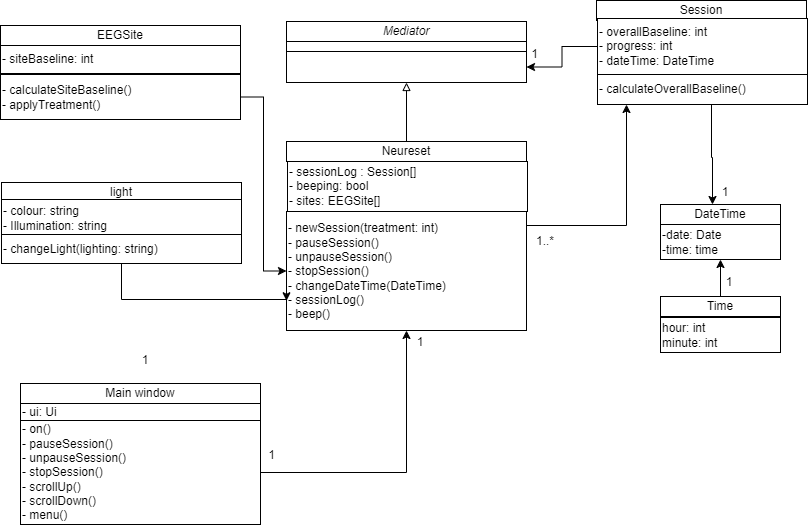
Above: Diagrams/NeuresetUML.png in SaiPaladugu/neureset-comp3004 (draw.io), before the change. Source tidied: cells renumbered, new cells last; positions are measured from the earlier drawing's top-left corner, leaving out a move shared by most shapes.
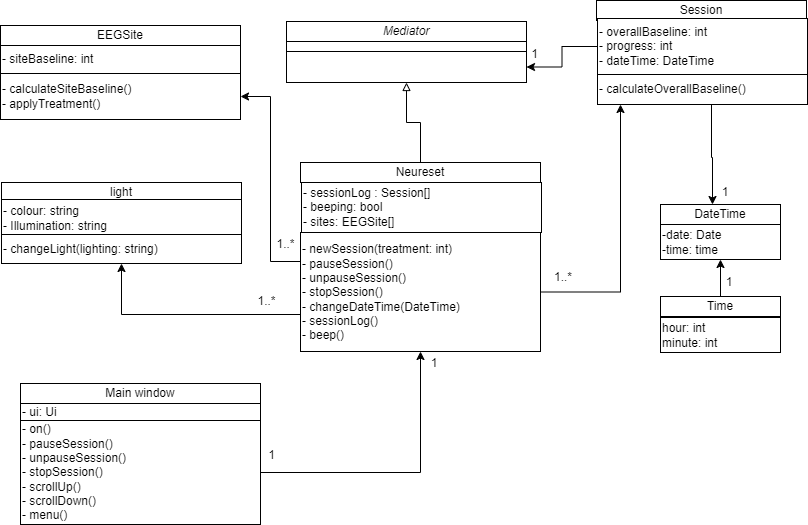
Later version of the same file.

What changed in the source:
```diff
@@ -32,26 +32,41 @@
       <mxGeometry relative="1" as="geometry" />
     </mxCell>
     <mxCell id="10" value="Neureset" style="rounded=0;whiteSpace=wrap;html=1;" parent="1" vertex="1">
-      <mxGeometry x="286" y="141" width="240" height="20" as="geometry" />
+      <mxGeometry x="300" y="162" width="240" height="20" as="geometry" />
     </mxCell>
     <mxCell id="11" value="&lt;div style=&quot;&quot;&gt;- sessionLog : Session[]&lt;/div&gt;&lt;div style=&quot;&quot;&gt;- beeping: bool&lt;/div&gt;&lt;div style=&quot;&quot;&gt;- sites: EEGSite[]&lt;/div&gt;&lt;span id=&quot;docs-internal-guid-68782151-7fff-3128-4f7a-dbfb32c3a9ff&quot;&gt;&lt;/span&gt;" style="rounded=0;whiteSpace=wrap;html=1;align=left;" parent="1" vertex="1">
-      <mxGeometry x="287" y="161" width="240" height="50" as="geometry" />
+      <mxGeometry x="301" y="182" width="240" height="50" as="geometry" />
     </mxCell>
+    <mxCell id="39" style="edgeStyle=orthogonalEdgeStyle;rounded=0;jettySize=auto;html=1;" parent="1" edge="1" source="13" target="38">
+      <mxGeometry relative="1" as="geometry">
+        <Array as="points">
+          <mxPoint x="121" y="314" />
+        </Array>
+      </mxGeometry>
+    </mxCell>
+    <mxCell id="40" style="edgeStyle=orthogonalEdgeStyle;rounded=0;jettySize=auto;html=1;entryX=1;entryY=0.5;entryDx=0;entryDy=0;" parent="1" edge="1" source="13" target="33">
+      <mxGeometry relative="1" as="geometry">
+        <Array as="points">
+          <mxPoint x="270" y="261" />
+          <mxPoint x="270" y="96" />
+        </Array>
+      </mxGeometry>
+    </mxCell>
     <mxCell id="12" style="edgeStyle=orthogonalEdgeStyle;rounded=0;jettySize=auto;html=1;" parent="1" edge="1" source="13" target="8">
       <mxGeometry relative="1" as="geometry">
         <Array as="points">
-          <mxPoint x="626" y="225" />
+          <mxPoint x="620" y="292" />
         </Array>
       </mxGeometry>
     </mxCell>
     <mxCell id="13" value="- newSession(treatment: int)&lt;br&gt;- pauseSession()&lt;div&gt;- unpauseSession()&lt;br&gt;- stopSession()&lt;br&gt;- changeDateTime(DateTime)&lt;br&gt;- sessionLog()&lt;br&gt;- beep()&lt;/div&gt;" style="rounded=0;whiteSpace=wrap;html=1;align=left;" parent="1" vertex="1">
-      <mxGeometry x="286" y="211" width="240" height="119" as="geometry" />
+      <mxGeometry x="300" y="232" width="240" height="119" as="geometry" />
     </mxCell>
     <mxCell id="14" value="1" style="text;strokeColor=none;align=center;fillColor=none;html=1;verticalAlign=middle;whiteSpace=wrap;rounded=0;" parent="1" vertex="1">
       <mxGeometry x="504" y="36" width="61" height="35" as="geometry" />
     </mxCell>
     <mxCell id="15" value="1..*" style="text;strokeColor=none;align=center;fillColor=none;html=1;verticalAlign=middle;whiteSpace=wrap;rounded=0;" parent="1" vertex="1">
-      <mxGeometry x="515" y="226" width="60" height="30" as="geometry" />
+      <mxGeometry x="533" y="262" width="60" height="30" as="geometry" />
     </mxCell>
     <mxCell id="16" value="1" style="text;strokeColor=none;align=center;fillColor=none;html=1;verticalAlign=middle;whiteSpace=wrap;rounded=0;" parent="1" vertex="1">
       <mxGeometry x="695" y="177" width="60" height="30" as="geometry" />
@@ -81,7 +96,7 @@
       <mxGeometry x="20" y="420" width="240" height="104" as="geometry" />
     </mxCell>
     <mxCell id="25" value="1" style="text;strokeColor=none;align=center;fillColor=none;html=1;verticalAlign=middle;whiteSpace=wrap;rounded=0;" parent="1" vertex="1">
-      <mxGeometry x="390" y="327" width="60" height="30" as="geometry" />
+      <mxGeometry x="404" y="348" width="60" height="30" as="geometry" />
     </mxCell>
     <mxCell id="26" value="hour: int&lt;br&gt;minute: int" style="rounded=0;whiteSpace=wrap;html=1;align=left;" parent="1" vertex="1">
       <mxGeometry x="660" y="317" width="120" height="35" as="geometry" />
@@ -101,30 +116,23 @@
     <mxCell id="31" value="&lt;div style=&quot;&quot;&gt;- siteBaseline: int&lt;/div&gt;&lt;span id=&quot;docs-internal-guid-68782151-7fff-3128-4f7a-dbfb32c3a9ff&quot;&gt;&lt;/span&gt;" style="rounded=0;whiteSpace=wrap;html=1;align=left;" parent="1" vertex="1">
       <mxGeometry y="45" width="240" height="28" as="geometry" />
     </mxCell>
-    <mxCell id="32" style="edgeStyle=orthogonalEdgeStyle;rounded=0;jettySize=auto;html=1;entryX=0;entryY=0.5;entryDx=0;entryDy=0;" parent="1" edge="1" source="33" target="13">
-      <mxGeometry relative="1" as="geometry" />
-    </mxCell>
     <mxCell id="33" value="- calculateSiteBaseline()&lt;div&gt;- applyTreatment()&lt;/div&gt;" style="rounded=0;whiteSpace=wrap;html=1;align=left;" parent="1" vertex="1">
-      <mxGeometry y="74" width="240" height="45" as="geometry" />
+      <mxGeometry y="73" width="240" height="46" as="geometry" />
     </mxCell>
-    <mxCell id="34" value="1" style="text;strokeColor=none;align=center;fillColor=none;html=1;verticalAlign=middle;whiteSpace=wrap;rounded=0;" parent="1" vertex="1">
-      <mxGeometry x="115" y="345" width="60" height="30" as="geometry" />
-    </mxCell>
     <mxCell id="35" value="light" style="rounded=0;whiteSpace=wrap;html=1;" parent="1" vertex="1">
       <mxGeometry x="1" y="182" width="240" height="20" as="geometry" />
     </mxCell>
     <mxCell id="36" value="&lt;div style=&quot;&quot;&gt;- colour: string&lt;br&gt;- Illumination: string&lt;/div&gt;&lt;span id=&quot;docs-internal-guid-68782151-7fff-3128-4f7a-dbfb32c3a9ff&quot;&gt;&lt;/span&gt;" style="rounded=0;whiteSpace=wrap;html=1;align=left;" parent="1" vertex="1">
       <mxGeometry x="1" y="199" width="240" height="38" as="geometry" />
     </mxCell>
-    <mxCell id="37" style="edgeStyle=orthogonalEdgeStyle;rounded=0;jettySize=auto;html=1;entryX=0;entryY=0.75;entryDx=0;entryDy=0;" parent="1" edge="1" source="38" target="13">
-      <mxGeometry relative="1" as="geometry">
-        <Array as="points">
-          <mxPoint x="121" y="299" />
-        </Array>
-      </mxGeometry>
-    </mxCell>
     <mxCell id="38" value="- changeLight(lighting: string)" style="rounded=0;whiteSpace=wrap;html=1;align=left;" parent="1" vertex="1">
       <mxGeometry x="1" y="234" width="240" height="29" as="geometry" />
     </mxCell>
+    <mxCell id="41" value="1..*" style="text;strokeColor=none;align=center;fillColor=none;html=1;verticalAlign=middle;whiteSpace=wrap;rounded=0;" parent="1" vertex="1">
+      <mxGeometry x="236" y="283" width="61" height="35" as="geometry" />
+    </mxCell>
+    <mxCell id="42" value="1..*" style="text;strokeColor=none;align=center;fillColor=none;html=1;verticalAlign=middle;whiteSpace=wrap;rounded=0;" parent="1" vertex="1">
+      <mxGeometry x="255" y="226" width="61" height="35" as="geometry" />
+    </mxCell>
   </root>
 </mxGraphModel>
```
